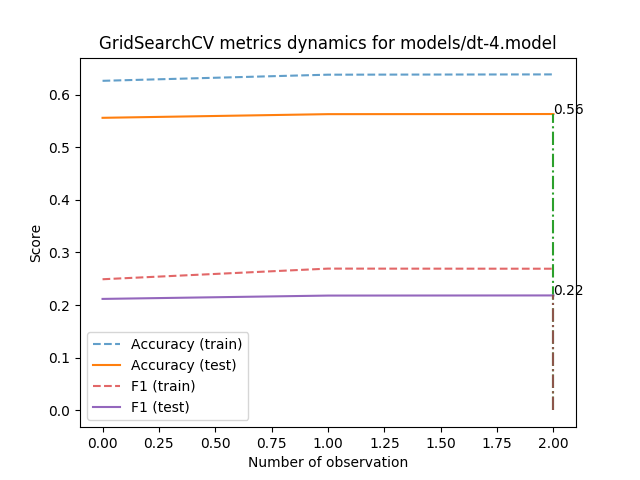
Earlier version of the Graphviz export models/dt-4.model_metrics.png (AverHLV/diploma-computations). Its source is kept beside it as models/dt-4.model.dot. Its diagram source:
```dot
digraph Tree {
node [shape=box, style="filled", color="black"] ;
0 [label="Topic <= 0.998\ngini = 0.558\nsamples = 12051\nvalue = [[28, 5142, 700, 4460, 1721]\n[311, 7372, 2397, 826, 1145]\n[135, 6584, 560, 4084, 688]\n...\n[11, 5628, 836, 3955, 1621]\n[9, 141, 67, 48, 11786]\n[17, 1986, 30, 7785, 2233]]", fillcolor="#fefcfa"] ;
1 [label="ОБ <= -0.369\ngini = 0.542\nsamples = 9263\nvalue = [[25, 4604, 547, 2733, 1354]\n[260, 5815, 1723, 561, 904]\n[111, 5787, 454, 2271, 640]\n...\n[11, 4950, 437, 2499, 1366]\n[7, 122, 43, 39, 9052]\n[17, 1780, 21, 5851, 1594]]", fillcolor="#fdf5f0"] ;
0 -> 1 [labeldistance=2.5, labelangle=45, headlabel="True"] ;
5 [label="Позафракційні <= -1.95\ngini = 0.53\nsamples = 2160\nvalue = [[9, 1228, 79, 443, 401]\n[34, 1465, 216, 148, 297]\n[22, 1326, 65, 493, 254]\n...\n[7, 1143, 74, 556, 380]\n[1, 15, 8, 1, 2135]\n[9, 318, 1, 1234, 598]]", fillcolor="#fcf0e7"] ;
1 -> 5 ;
9 [label="gini = 0.421\nsamples = 206\nvalue = [[1, 25, 4, 105, 71]\n[0, 116, 37, 32, 21]\n[1, 43, 5, 126, 31]\n...\n[1, 26, 5, 102, 72]\n[0, 0, 0, 0, 206]\n[0, 4, 0, 38, 164]]", fillcolor="#f2c19e"] ;
5 -> 9 ;
10 [label="ВОБ <= -0.559\ngini = 0.514\nsamples = 1954\nvalue = [[8, 1203, 75, 338, 330]\n[34, 1349, 179, 116, 276]\n[21, 1283, 60, 367, 223]\n...\n[6, 1117, 69, 454, 308]\n[1, 15, 8, 1, 1929]\n[9, 314, 1, 1196, 434]]", fillcolor="#fbe9dd"] ;
5 -> 10 ;
23 [label="gini = 0.528\nsamples = 459\nvalue = [[0, 238, 14, 109, 98]\n[8, 241, 38, 40, 132]\n[5, 246, 22, 144, 42]\n...\n[1, 221, 14, 167, 56]\n[0, 0, 0, 0, 459]\n[1, 81, 0, 289, 88]]", fillcolor="#fcefe6"] ;
10 -> 23 ;
24 [label="gini = 0.493\nsamples = 1495\nvalue = [[8, 965, 61, 229, 232]\n[26, 1108, 141, 76, 144]\n[16, 1037, 38, 223, 181]\n...\n[5, 896, 55, 287, 252]\n[1, 15, 8, 1, 1470]\n[8, 233, 1, 907, 346]]", fillcolor="#f9e0cf"] ;
10 -> 24 ;
6 [label="Topic <= -1.596\ngini = 0.535\nsamples = 7103\nvalue = [[16, 3376, 468, 2290, 953]\n[226, 4350, 1507, 413, 607]\n[89, 4461, 389, 1778, 386]\n...\n[4, 3807, 363, 1943, 986]\n[6, 107, 35, 38, 6917]\n[8, 1462, 20, 4617, 996]]", fillcolor="#fcf2eb"] ;
1 -> 6 ;
7 [label="gini = 0.465\nsamples = 334\nvalue = [[3, 92, 54, 161, 24]\n[6, 244, 61, 10, 13]\n[0, 85, 59, 187, 3]\n...\n[0, 84, 73, 131, 46]\n[0, 26, 1, 18, 289]\n[0, 24, 0, 228, 82]]", fillcolor="#f6d4bc"] ;
6 -> 7 ;
8 [label="НФ <= 0.392\ngini = 0.53\nsamples = 6769\nvalue = [[13, 3284, 414, 2129, 929]\n[220, 4106, 1446, 403, 594]\n[89, 4376, 330, 1591, 383]\n...\n[4, 3723, 290, 1812, 940]\n[6, 81, 34, 20, 6628]\n[8, 1438, 20, 4389, 914]]", fillcolor="#fcf0e8"] ;
6 -> 8 ;
13 [label="Екогрупа <= -1.626\ngini = 0.52\nsamples = 4110\nvalue = [[4, 1875, 203, 1417, 611]\n[111, 2615, 889, 225, 270]\n[40, 2598, 181, 1015, 276]\n...\n[3, 2325, 188, 1220, 374]\n[3, 18, 16, 12, 4061]\n[5, 933, 12, 2686, 474]]", fillcolor="#fbece1"] ;
8 -> 13 ;
15 [label="gini = 0.461\nsamples = 179\nvalue = [[0, 43, 12, 92, 32]\n[3, 112, 25, 4, 35]\n[0, 49, 3, 127, 0]\n...\n[0, 59, 12, 80, 28]\n[0, 2, 0, 0, 177]\n[0, 11, 0, 34, 134]]", fillcolor="#f6d3b9"] ;
13 -> 15 ;
16 [label="gini = 0.515\nsamples = 3931\nvalue = [[4, 1832, 191, 1325, 579]\n[108, 2503, 864, 221, 235]\n[40, 2549, 178, 888, 276]\n...\n[3, 2266, 176, 1140, 346]\n[3, 16, 16, 12, 3884]\n[5, 922, 12, 2652, 340]]", fillcolor="#fbeadd"] ;
13 -> 16 ;
14 [label="gini = 0.531\nsamples = 2659\nvalue = [[9, 1409, 211, 712, 318]\n[109, 1491, 557, 178, 324]\n[49, 1778, 149, 576, 107]\n...\n[1, 1398, 102, 592, 566]\n[3, 63, 18, 8, 2567]\n[3, 505, 8, 1703, 440]]", fillcolor="#fcf1e8"] ;
8 -> 14 ;
2 [label="НФ <= -0.149\ngini = 0.525\nsamples = 2788\nvalue = [[3, 538, 153, 1727, 367]\n[51, 1557, 674, 265, 241]\n[24, 797, 106, 1813, 48]\n...\n[0, 678, 399, 1456, 255]\n[2, 19, 24, 9, 2734]\n[0, 206, 9, 1934, 639]]", fillcolor="#fbeee4"] ;
0 -> 2 [labeldistance=2.5, labelangle=-45, headlabel="False"] ;
3 [label="Topic <= 1.016\ngini = 0.459\nsamples = 1872\nvalue = [[0, 150, 62, 1428, 232]\n[25, 993, 468, 222, 164]\n[2, 321, 47, 1479, 23]\n...\n[0, 317, 243, 1218, 94]\n[0, 2, 2, 0, 1868]\n[0, 61, 3, 1357, 451]]", fillcolor="#f6d1b7"] ;
2 -> 3 ;
11 [label="Екогрупа <= -0.566\ngini = 0.353\nsamples = 554\nvalue = [[0, 3, 26, 483, 42]\n[7, 389, 9, 98, 51]\n[0, 41, 9, 504, 0]\n...\n[0, 45, 140, 331, 38]\n[0, 0, 0, 0, 554]\n[0, 1, 0, 403, 150]]", fillcolor="#eca470"] ;
3 -> 11 ;
25 [label="gini = 0.273\nsamples = 188\nvalue = [[0, 1, 23, 163, 1]\n[2, 101, 2, 48, 35]\n[0, 0, 3, 185, 0]\n...\n[0, 8, 11, 132, 37]\n[0, 0, 0, 0, 188]\n[0, 0, 0, 40, 148]]", fillcolor="#e58139"] ;
11 -> 25 ;
26 [label="gini = 0.329\nsamples = 366\nvalue = [[0, 2, 3, 320, 41]\n[5, 288, 7, 50, 16]\n[0, 41, 6, 319, 0]\n...\n[0, 37, 129, 199, 1]\n[0, 0, 0, 0, 366]\n[0, 1, 0, 363, 2]]", fillcolor="#ea995f"] ;
11 -> 26 ;
12 [label="Воля <= 0.475\ngini = 0.465\nsamples = 1318\nvalue = [[0, 147, 36, 945, 190]\n[18, 604, 459, 124, 113]\n[2, 280, 38, 975, 23]\n...\n[0, 272, 103, 887, 56]\n[0, 2, 2, 0, 1314]\n[0, 60, 3, 954, 301]]", fillcolor="#f6d4bb"] ;
3 -> 12 ;
17 [label="Екогрупа <= -1.837\ngini = 0.51\nsamples = 613\nvalue = [[0, 111, 19, 350, 133]\n[11, 365, 131, 43, 63]\n[2, 197, 30, 362, 22]\n...\n[0, 172, 52, 354, 35]\n[0, 2, 2, 0, 609]\n[0, 38, 0, 290, 285]]", fillcolor="#fae7da"] ;
12 -> 17 ;
19 [label="gini = 0.363\nsamples = 261\nvalue = [[0, 6, 1, 196, 58]\n[5, 112, 75, 21, 48]\n[0, 14, 4, 240, 3]\n...\n[0, 17, 16, 220, 8]\n[0, 0, 0, 0, 261]\n[0, 0, 0, 3, 258]]", fillcolor="#eda876"] ;
17 -> 19 ;
20 [label="gini = 0.521\nsamples = 352\nvalue = [[0, 105, 18, 154, 75]\n[6, 253, 56, 22, 15]\n[2, 183, 26, 122, 19]\n...\n[0, 155, 36, 134, 27]\n[0, 2, 2, 0, 348]\n[0, 38, 0, 287, 27]]", fillcolor="#fbece1"] ;
17 -> 20 ;
18 [label="gini = 0.383\nsamples = 705\nvalue = [[0, 36, 17, 595, 57]\n[7, 239, 328, 81, 50]\n[0, 83, 8, 613, 1]\n...\n[0, 100, 51, 533, 21]\n[0, 0, 0, 0, 705]\n[0, 22, 3, 664, 16]]", fillcolor="#efb184"] ;
12 -> 18 ;
4 [label="Topic <= 1.016\ngini = 0.565\nsamples = 916\nvalue = [[3, 388, 91, 299, 135]\n[26, 564, 206, 43, 77]\n[22, 476, 59, 334, 25]\n...\n[0, 361, 156, 238, 161]\n[2, 17, 22, 9, 866]\n[0, 145, 6, 577, 188]]", fillcolor="#ffffff"] ;
2 -> 4 ;
21 [label="gini = 0.272\nsamples = 93\nvalue = [[0, 20, 22, 47, 4]\n[1, 75, 1, 6, 10]\n[0, 4, 0, 89, 0]\n...\n[0, 8, 66, 19, 0]\n[0, 0, 0, 0, 93]\n[0, 0, 0, 30, 63]]", fillcolor="#e58139"] ;
4 -> 21 ;
22 [label="gini = 0.561\nsamples = 823\nvalue = [[3, 368, 69, 252, 131]\n[25, 489, 205, 37, 67]\n[22, 472, 59, 245, 25]\n...\n[0, 353, 90, 219, 161]\n[2, 17, 22, 9, 773]\n[0, 145, 6, 547, 125]]", fillcolor="#fffdfc"] ;
4 -> 22 ;
}
```
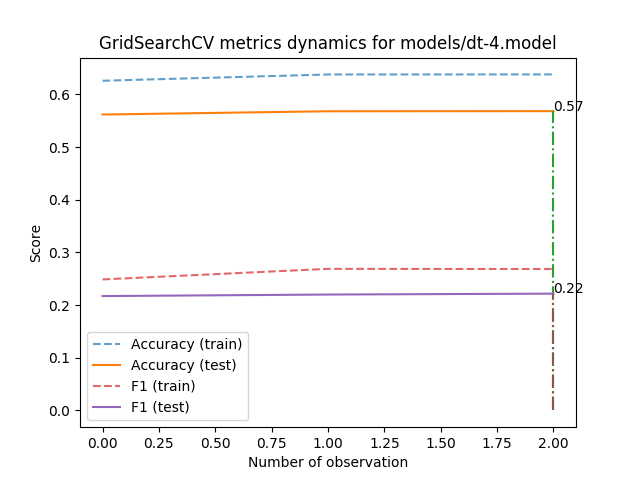
Above is the later version.

What changed in the source:
```diff
@@ -1,56 +1,56 @@
 digraph Tree {
 node [shape=box, style="filled", color="black"] ;
-0 [label="Topic <= 0.998\ngini = 0.558\nsamples = 12051\nvalue = [[28, 5142, 700, 4460, 1721]\n[311, 7372, 2397, 826, 1145]\n[135, 6584, 560, 4084, 688]\n...\n[11, 5628, 836, 3955, 1621]\n[9, 141, 67, 48, 11786]\n[17, 1986, 30, 7785, 2233]]", fillcolor="#fefcfa"] ;
-1 [label="ОБ <= -0.369\ngini = 0.542\nsamples = 9263\nvalue = [[25, 4604, 547, 2733, 1354]\n[260, 5815, 1723, 561, 904]\n[111, 5787, 454, 2271, 640]\n...\n[11, 4950, 437, 2499, 1366]\n[7, 122, 43, 39, 9052]\n[17, 1780, 21, 5851, 1594]]", fillcolor="#fdf5f0"] ;
+0 [label="Topic <= 0.998\ngini = 0.558\nsamples = 12051\nvalue = [[28, 5139, 716, 4415, 1753]\n[328, 7317, 2422, 838, 1146]\n[148, 6554, 604, 4036, 709]\n...\n[15, 5653, 832, 3925, 1626]\n[10, 153, 50, 48, 11790]\n[17, 2009, 29, 7772, 2224]]", fillcolor="#fffdfc"] ;
+1 [label="ОБ <= -0.369\ngini = 0.543\nsamples = 9287\nvalue = [[25, 4620, 559, 2705, 1378]\n[281, 5792, 1734, 565, 915]\n[127, 5783, 491, 2231, 655]\n...\n[15, 4954, 447, 2492, 1379]\n[8, 135, 29, 39, 9076]\n[17, 1805, 19, 5850, 1596]]", fillcolor="#fdf6f2"] ;
 0 -> 1 [labeldistance=2.5, labelangle=45, headlabel="True"] ;
-5 [label="Позафракційні <= -1.95\ngini = 0.53\nsamples = 2160\nvalue = [[9, 1228, 79, 443, 401]\n[34, 1465, 216, 148, 297]\n[22, 1326, 65, 493, 254]\n...\n[7, 1143, 74, 556, 380]\n[1, 15, 8, 1, 2135]\n[9, 318, 1, 1234, 598]]", fillcolor="#fcf0e7"] ;
+5 [label="Позафракційні <= -1.95\ngini = 0.531\nsamples = 2168\nvalue = [[9, 1214, 75, 448, 422]\n[36, 1449, 218, 157, 308]\n[26, 1325, 64, 487, 266]\n...\n[7, 1140, 78, 563, 380]\n[1, 18, 4, 1, 2144]\n[10, 320, 1, 1218, 619]]", fillcolor="#fcf1ea"] ;
 1 -> 5 ;
-9 [label="gini = 0.421\nsamples = 206\nvalue = [[1, 25, 4, 105, 71]\n[0, 116, 37, 32, 21]\n[1, 43, 5, 126, 31]\n...\n[1, 26, 5, 102, 72]\n[0, 0, 0, 0, 206]\n[0, 4, 0, 38, 164]]", fillcolor="#f2c19e"] ;
-5 -> 9 ;
-10 [label="ВОБ <= -0.559\ngini = 0.514\nsamples = 1954\nvalue = [[8, 1203, 75, 338, 330]\n[34, 1349, 179, 116, 276]\n[21, 1283, 60, 367, 223]\n...\n[6, 1117, 69, 454, 308]\n[1, 15, 8, 1, 1929]\n[9, 314, 1, 1196, 434]]", fillcolor="#fbe9dd"] ;
-5 -> 10 ;
-23 [label="gini = 0.528\nsamples = 459\nvalue = [[0, 238, 14, 109, 98]\n[8, 241, 38, 40, 132]\n[5, 246, 22, 144, 42]\n...\n[1, 221, 14, 167, 56]\n[0, 0, 0, 0, 459]\n[1, 81, 0, 289, 88]]", fillcolor="#fcefe6"] ;
-10 -> 23 ;
-24 [label="gini = 0.493\nsamples = 1495\nvalue = [[8, 965, 61, 229, 232]\n[26, 1108, 141, 76, 144]\n[16, 1037, 38, 223, 181]\n...\n[5, 896, 55, 287, 252]\n[1, 15, 8, 1, 1470]\n[8, 233, 1, 907, 346]]", fillcolor="#f9e0cf"] ;
-10 -> 24 ;
-6 [label="Topic <= -1.596\ngini = 0.535\nsamples = 7103\nvalue = [[16, 3376, 468, 2290, 953]\n[226, 4350, 1507, 413, 607]\n[89, 4461, 389, 1778, 386]\n...\n[4, 3807, 363, 1943, 986]\n[6, 107, 35, 38, 6917]\n[8, 1462, 20, 4617, 996]]", fillcolor="#fcf2eb"] ;
+7 [label="gini = 0.413\nsamples = 215\nvalue = [[2, 22, 2, 119, 70]\n[0, 116, 39, 35, 25]\n[1, 39, 6, 133, 36]\n...\n[1, 25, 7, 99, 83]\n[0, 0, 0, 0, 215]\n[0, 5, 0, 41, 169]]", fillcolor="#f2bf9a"] ;
+5 -> 7 ;
+8 [label="ВОБ <= -0.559\ngini = 0.515\nsamples = 1953\nvalue = [[7, 1192, 73, 329, 352]\n[36, 1333, 179, 122, 283]\n[25, 1286, 58, 354, 230]\n...\n[6, 1115, 71, 464, 297]\n[1, 18, 4, 1, 1929]\n[10, 315, 1, 1177, 450]]", fillcolor="#fbeadf"] ;
+5 -> 8 ;
+25 [label="gini = 0.529\nsamples = 456\nvalue = [[0, 241, 15, 97, 103]\n[8, 235, 38, 42, 133]\n[6, 255, 23, 128, 44]\n...\n[1, 227, 13, 160, 55]\n[0, 0, 0, 0, 456]\n[1, 81, 0, 280, 94]]", fillcolor="#fcf0e8"] ;
+8 -> 25 ;
+26 [label="gini = 0.495\nsamples = 1497\nvalue = [[7, 951, 58, 232, 249]\n[28, 1098, 141, 80, 150]\n[19, 1031, 35, 226, 186]\n...\n[5, 888, 58, 304, 242]\n[1, 18, 4, 1, 1473]\n[9, 234, 1, 897, 356]]", fillcolor="#f9e2d1"] ;
+8 -> 26 ;
+6 [label="Topic <= -1.596\ngini = 0.536\nsamples = 7119\nvalue = [[16, 3406, 484, 2257, 956]\n[245, 4343, 1516, 408, 607]\n[101, 4458, 427, 1744, 389]\n...\n[8, 3814, 369, 1929, 999]\n[7, 117, 25, 38, 6932]\n[7, 1485, 18, 4632, 977]]", fillcolor="#fdf3ed"] ;
 1 -> 6 ;
-7 [label="gini = 0.465\nsamples = 334\nvalue = [[3, 92, 54, 161, 24]\n[6, 244, 61, 10, 13]\n[0, 85, 59, 187, 3]\n...\n[0, 84, 73, 131, 46]\n[0, 26, 1, 18, 289]\n[0, 24, 0, 228, 82]]", fillcolor="#f6d4bc"] ;
-6 -> 7 ;
-8 [label="НФ <= 0.392\ngini = 0.53\nsamples = 6769\nvalue = [[13, 3284, 414, 2129, 929]\n[220, 4106, 1446, 403, 594]\n[89, 4376, 330, 1591, 383]\n...\n[4, 3723, 290, 1812, 940]\n[6, 81, 34, 20, 6628]\n[8, 1438, 20, 4389, 914]]", fillcolor="#fcf0e8"] ;
-6 -> 8 ;
-13 [label="Екогрупа <= -1.626\ngini = 0.52\nsamples = 4110\nvalue = [[4, 1875, 203, 1417, 611]\n[111, 2615, 889, 225, 270]\n[40, 2598, 181, 1015, 276]\n...\n[3, 2325, 188, 1220, 374]\n[3, 18, 16, 12, 4061]\n[5, 933, 12, 2686, 474]]", fillcolor="#fbece1"] ;
-8 -> 13 ;
-15 [label="gini = 0.461\nsamples = 179\nvalue = [[0, 43, 12, 92, 32]\n[3, 112, 25, 4, 35]\n[0, 49, 3, 127, 0]\n...\n[0, 59, 12, 80, 28]\n[0, 2, 0, 0, 177]\n[0, 11, 0, 34, 134]]", fillcolor="#f6d3b9"] ;
+9 [label="gini = 0.466\nsamples = 333\nvalue = [[2, 92, 54, 164, 21]\n[6, 249, 57, 9, 12]\n[0, 90, 62, 178, 3]\n...\n[1, 74, 83, 128, 47]\n[0, 24, 0, 19, 290]\n[0, 20, 0, 230, 83]]", fillcolor="#f6d5be"] ;
+6 -> 9 ;
+10 [label="НФ <= 0.392\ngini = 0.531\nsamples = 6786\nvalue = [[14, 3314, 430, 2093, 935]\n[239, 4094, 1459, 399, 595]\n[101, 4368, 365, 1566, 386]\n...\n[7, 3740, 286, 1801, 952]\n[7, 93, 25, 19, 6642]\n[7, 1465, 18, 4402, 894]]", fillcolor="#fcf1ea"] ;
+6 -> 10 ;
+13 [label="Екогрупа <= -1.626\ngini = 0.52\nsamples = 4111\nvalue = [[4, 1881, 215, 1394, 617]\n[120, 2621, 886, 222, 262]\n[46, 2600, 194, 999, 272]\n...\n[6, 2341, 176, 1225, 363]\n[4, 24, 12, 10, 4061]\n[4, 953, 9, 2680, 465]]", fillcolor="#fbede3"] ;
+10 -> 13 ;
+15 [label="gini = 0.462\nsamples = 185\nvalue = [[0, 47, 12, 95, 31]\n[2, 115, 29, 3, 36]\n[0, 58, 5, 122, 0]\n...\n[0, 63, 12, 89, 21]\n[0, 2, 0, 0, 183]\n[0, 11, 0, 38, 136]]", fillcolor="#f6d4bb"] ;
 13 -> 15 ;
-16 [label="gini = 0.515\nsamples = 3931\nvalue = [[4, 1832, 191, 1325, 579]\n[108, 2503, 864, 221, 235]\n[40, 2549, 178, 888, 276]\n...\n[3, 2266, 176, 1140, 346]\n[3, 16, 16, 12, 3884]\n[5, 922, 12, 2652, 340]]", fillcolor="#fbeadd"] ;
+16 [label="gini = 0.515\nsamples = 3926\nvalue = [[4, 1834, 203, 1299, 586]\n[118, 2506, 857, 219, 226]\n[46, 2542, 189, 877, 272]\n...\n[6, 2278, 164, 1136, 342]\n[4, 22, 12, 10, 3878]\n[4, 942, 9, 2642, 329]]", fillcolor="#fbebdf"] ;
 13 -> 16 ;
-14 [label="gini = 0.531\nsamples = 2659\nvalue = [[9, 1409, 211, 712, 318]\n[109, 1491, 557, 178, 324]\n[49, 1778, 149, 576, 107]\n...\n[1, 1398, 102, 592, 566]\n[3, 63, 18, 8, 2567]\n[3, 505, 8, 1703, 440]]", fillcolor="#fcf1e8"] ;
-8 -> 14 ;
-2 [label="НФ <= -0.149\ngini = 0.525\nsamples = 2788\nvalue = [[3, 538, 153, 1727, 367]\n[51, 1557, 674, 265, 241]\n[24, 797, 106, 1813, 48]\n...\n[0, 678, 399, 1456, 255]\n[2, 19, 24, 9, 2734]\n[0, 206, 9, 1934, 639]]", fillcolor="#fbeee4"] ;
+14 [label="gini = 0.532\nsamples = 2675\nvalue = [[10, 1433, 215, 699, 318]\n[119, 1473, 573, 177, 333]\n[55, 1768, 171, 567, 114]\n...\n[1, 1399, 110, 576, 589]\n[3, 69, 13, 9, 2581]\n[3, 512, 9, 1722, 429]]", fillcolor="#fcf2ea"] ;
+10 -> 14 ;
+2 [label="НФ <= -0.149\ngini = 0.523\nsamples = 2764\nvalue = [[3, 519, 157, 1710, 375]\n[47, 1525, 688, 273, 231]\n[21, 771, 113, 1805, 54]\n...\n[0, 699, 385, 1433, 247]\n[2, 18, 21, 9, 2714]\n[0, 204, 10, 1922, 628]]", fillcolor="#fbeee4"] ;
 0 -> 2 [labeldistance=2.5, labelangle=-45, headlabel="False"] ;
-3 [label="Topic <= 1.016\ngini = 0.459\nsamples = 1872\nvalue = [[0, 150, 62, 1428, 232]\n[25, 993, 468, 222, 164]\n[2, 321, 47, 1479, 23]\n...\n[0, 317, 243, 1218, 94]\n[0, 2, 2, 0, 1868]\n[0, 61, 3, 1357, 451]]", fillcolor="#f6d1b7"] ;
+3 [label="Topic <= 1.016\ngini = 0.458\nsamples = 1863\nvalue = [[1, 141, 69, 1417, 235]\n[20, 977, 485, 226, 155]\n[2, 317, 49, 1470, 25]\n...\n[0, 332, 234, 1203, 94]\n[0, 1, 2, 1, 1859]\n[0, 64, 3, 1362, 434]]", fillcolor="#f6d2b8"] ;
 2 -> 3 ;
-11 [label="Екогрупа <= -0.566\ngini = 0.353\nsamples = 554\nvalue = [[0, 3, 26, 483, 42]\n[7, 389, 9, 98, 51]\n[0, 41, 9, 504, 0]\n...\n[0, 45, 140, 331, 38]\n[0, 0, 0, 0, 554]\n[0, 1, 0, 403, 150]]", fillcolor="#eca470"] ;
+11 [label="Екогрупа <= -0.566\ngini = 0.348\nsamples = 561\nvalue = [[0, 2, 30, 487, 42]\n[5, 393, 11, 102, 50]\n[0, 42, 7, 512, 0]\n...\n[0, 40, 136, 345, 40]\n[0, 0, 0, 0, 561]\n[0, 0, 0, 414, 147]]", fillcolor="#eca36e"] ;
 3 -> 11 ;
-25 [label="gini = 0.273\nsamples = 188\nvalue = [[0, 1, 23, 163, 1]\n[2, 101, 2, 48, 35]\n[0, 0, 3, 185, 0]\n...\n[0, 8, 11, 132, 37]\n[0, 0, 0, 0, 188]\n[0, 0, 0, 40, 148]]", fillcolor="#e58139"] ;
-11 -> 25 ;
-26 [label="gini = 0.329\nsamples = 366\nvalue = [[0, 2, 3, 320, 41]\n[5, 288, 7, 50, 16]\n[0, 41, 6, 319, 0]\n...\n[0, 37, 129, 199, 1]\n[0, 0, 0, 0, 366]\n[0, 1, 0, 363, 2]]", fillcolor="#ea995f"] ;
-11 -> 26 ;
-12 [label="Воля <= 0.475\ngini = 0.465\nsamples = 1318\nvalue = [[0, 147, 36, 945, 190]\n[18, 604, 459, 124, 113]\n[2, 280, 38, 975, 23]\n...\n[0, 272, 103, 887, 56]\n[0, 2, 2, 0, 1314]\n[0, 60, 3, 954, 301]]", fillcolor="#f6d4bb"] ;
+23 [label="gini = 0.268\nsamples = 188\nvalue = [[0, 1, 27, 159, 1]\n[1, 104, 2, 51, 30]\n[0, 0, 3, 185, 0]\n...\n[0, 5, 10, 134, 39]\n[0, 0, 0, 0, 188]\n[0, 0, 0, 43, 145]]", fillcolor="#e58139"] ;
+11 -> 23 ;
+24 [label="gini = 0.324\nsamples = 373\nvalue = [[0, 1, 3, 328, 41]\n[4, 289, 9, 51, 20]\n[0, 42, 4, 327, 0]\n...\n[0, 35, 126, 211, 1]\n[0, 0, 0, 0, 373]\n[0, 0, 0, 371, 2]]", fillcolor="#ea995f"] ;
+11 -> 24 ;
+12 [label="Позафракційні <= -0.345\ngini = 0.465\nsamples = 1302\nvalue = [[1, 139, 39, 930, 193]\n[15, 584, 474, 124, 105]\n[2, 275, 42, 958, 25]\n...\n[0, 292, 98, 858, 54]\n[0, 1, 2, 1, 1298]\n[0, 64, 3, 948, 287]]", fillcolor="#f6d5be"] ;
 3 -> 12 ;
-17 [label="Екогрупа <= -1.837\ngini = 0.51\nsamples = 613\nvalue = [[0, 111, 19, 350, 133]\n[11, 365, 131, 43, 63]\n[2, 197, 30, 362, 22]\n...\n[0, 172, 52, 354, 35]\n[0, 2, 2, 0, 609]\n[0, 38, 0, 290, 285]]", fillcolor="#fae7da"] ;
-12 -> 17 ;
-19 [label="gini = 0.363\nsamples = 261\nvalue = [[0, 6, 1, 196, 58]\n[5, 112, 75, 21, 48]\n[0, 14, 4, 240, 3]\n...\n[0, 17, 16, 220, 8]\n[0, 0, 0, 0, 261]\n[0, 0, 0, 3, 258]]", fillcolor="#eda876"] ;
-17 -> 19 ;
-20 [label="gini = 0.521\nsamples = 352\nvalue = [[0, 105, 18, 154, 75]\n[6, 253, 56, 22, 15]\n[2, 183, 26, 122, 19]\n...\n[0, 155, 36, 134, 27]\n[0, 2, 2, 0, 348]\n[0, 38, 0, 287, 27]]", fillcolor="#fbece1"] ;
-17 -> 20 ;
-18 [label="gini = 0.383\nsamples = 705\nvalue = [[0, 36, 17, 595, 57]\n[7, 239, 328, 81, 50]\n[0, 83, 8, 613, 1]\n...\n[0, 100, 51, 533, 21]\n[0, 0, 0, 0, 705]\n[0, 22, 3, 664, 16]]", fillcolor="#efb184"] ;
-12 -> 18 ;
-4 [label="Topic <= 1.016\ngini = 0.565\nsamples = 916\nvalue = [[3, 388, 91, 299, 135]\n[26, 564, 206, 43, 77]\n[22, 476, 59, 334, 25]\n...\n[0, 361, 156, 238, 161]\n[2, 17, 22, 9, 866]\n[0, 145, 6, 577, 188]]", fillcolor="#ffffff"] ;
+19 [label="Воля <= 0.475\ngini = 0.4\nsamples = 632\nvalue = [[0, 28, 2, 494, 108]\n[7, 186, 261, 99, 79]\n[1, 61, 6, 557, 7]\n...\n[0, 87, 38, 487, 20]\n[0, 0, 0, 0, 632]\n[0, 7, 0, 376, 249]]", fillcolor="#f1ba92"] ;
+12 -> 19 ;
+21 [label="gini = 0.433\nsamples = 309\nvalue = [[0, 24, 1, 212, 72]\n[3, 132, 89, 29, 56]\n[1, 54, 5, 243, 6]\n...\n[0, 59, 18, 221, 11]\n[0, 0, 0, 0, 309]\n[0, 5, 0, 59, 245]]", fillcolor="#f4c8a8"] ;
+19 -> 21 ;
+22 [label="gini = 0.29\nsamples = 323\nvalue = [[0, 4, 1, 282, 36]\n[4, 54, 172, 70, 23]\n[0, 7, 1, 314, 1]\n...\n[0, 28, 20, 266, 9]\n[0, 0, 0, 0, 323]\n[0, 2, 0, 317, 4]]", fillcolor="#e78a48"] ;
+19 -> 22 ;
+20 [label="gini = 0.483\nsamples = 670\nvalue = [[1, 111, 37, 436, 85]\n[8, 398, 213, 25, 26]\n[1, 214, 36, 401, 18]\n...\n[0, 205, 60, 371, 34]\n[0, 1, 2, 1, 666]\n[0, 57, 3, 572, 38]]", fillcolor="#f8ddca"] ;
+12 -> 20 ;
+4 [label="Topic <= 1.016\ngini = 0.563\nsamples = 901\nvalue = [[2, 378, 88, 293, 140]\n[27, 548, 203, 47, 76]\n[19, 454, 64, 335, 29]\n...\n[0, 367, 151, 230, 153]\n[2, 17, 19, 8, 855]\n[0, 140, 7, 560, 194]]", fillcolor="#ffffff"] ;
 2 -> 4 ;
-21 [label="gini = 0.272\nsamples = 93\nvalue = [[0, 20, 22, 47, 4]\n[1, 75, 1, 6, 10]\n[0, 4, 0, 89, 0]\n...\n[0, 8, 66, 19, 0]\n[0, 0, 0, 0, 93]\n[0, 0, 0, 30, 63]]", fillcolor="#e58139"] ;
-4 -> 21 ;
-22 [label="gini = 0.561\nsamples = 823\nvalue = [[3, 368, 69, 252, 131]\n[25, 489, 205, 37, 67]\n[22, 472, 59, 245, 25]\n...\n[0, 353, 90, 219, 161]\n[2, 17, 22, 9, 773]\n[0, 145, 6, 547, 125]]", fillcolor="#fffdfc"] ;
-4 -> 22 ;
+17 [label="gini = 0.283\nsamples = 93\nvalue = [[0, 18, 24, 47, 4]\n[0, 75, 1, 6, 11]\n[0, 5, 0, 88, 0]\n...\n[0, 8, 67, 18, 0]\n[0, 0, 0, 0, 93]\n[0, 0, 0, 32, 61]]", fillcolor="#e68743"] ;
+4 -> 17 ;
+18 [label="gini = 0.558\nsamples = 808\nvalue = [[2, 360, 64, 246, 136]\n[27, 473, 202, 41, 65]\n[19, 449, 64, 247, 29]\n...\n[0, 359, 84, 212, 153]\n[2, 17, 19, 8, 762]\n[0, 140, 7, 528, 133]]", fillcolor="#fffdfc"] ;
+4 -> 18 ;
 }
```
